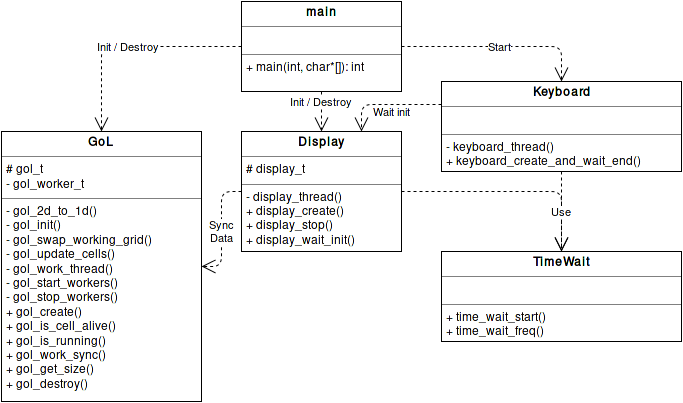
Before: report/img/gol_modules.png, a diagram exported from draw.io (claudiosousa/game-of-life). Source tidied: cells renumbered, new cells last; positions are measured from the earlier drawing's top-left corner, leaving out a move shared by most shapes.
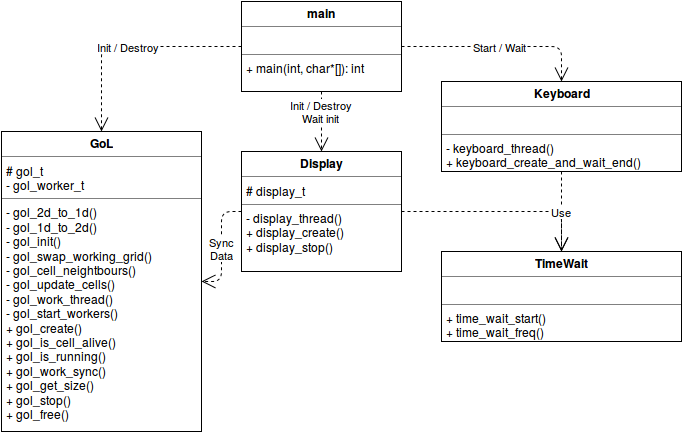
The same diagram one commit later.

Commit message:
Update module diagram

What changed in the source:
```diff
@@ -5,18 +5,17 @@
     <mxCell id="2" style="endArrow=open;endSize=12;dashed=1;html=1;entryX=0.5;entryY=0;edgeStyle=orthogonalEdgeStyle;exitX=1;exitY=0.5;" parent="1" edge="1" source="11" target="8">
       <mxGeometry relative="1" as="geometry">
         <Array as="points">
-          <mxPoint x="400" y="190" />
-          <mxPoint x="560" y="190" />
+          <mxPoint x="560" y="210" />
         </Array>
       </mxGeometry>
     </mxCell>
     <mxCell id="3" value="Use" style="endArrow=open;endSize=12;dashed=1;html=1;entryX=0.5;entryY=0;exitX=0.5;exitY=1;" parent="1" edge="1" source="9" target="8">
       <mxGeometry relative="1" as="geometry" />
     </mxCell>
-    <mxCell id="4" value="Init / Destroy&lt;br&gt;" style="endArrow=open;endSize=12;dashed=1;html=1;entryX=0.5;entryY=0;exitX=0.5;exitY=1;" parent="1" edge="1" source="10" target="11">
-      <mxGeometry x="-0.5" relative="1" as="geometry" />
+    <mxCell id="4" value="Init / Destroy&lt;br&gt;Wait init&lt;br&gt;" style="endArrow=open;endSize=12;dashed=1;html=1;entryX=0.5;entryY=0;exitX=0.5;exitY=1;" parent="1" edge="1" source="10" target="11">
+      <mxGeometry x="-0.33" relative="1" as="geometry" />
     </mxCell>
-    <mxCell id="5" value="Start" style="endArrow=open;endSize=12;dashed=1;html=1;entryX=0.5;entryY=0;edgeStyle=orthogonalEdgeStyle;exitX=1;exitY=0.5;" parent="1" edge="1" source="10" target="9">
+    <mxCell id="5" value="Start / Wait&lt;br&gt;" style="endArrow=open;endSize=12;dashed=1;html=1;entryX=0.5;entryY=0;edgeStyle=orthogonalEdgeStyle;exitX=1;exitY=0.5;" parent="1" edge="1" source="10" target="9">
       <mxGeometry relative="1" as="geometry">
         <Array as="points">
           <mxPoint x="560" y="45" />
@@ -26,8 +25,8 @@
     <mxCell id="6" value="Sync&lt;br&gt;Data&lt;br&gt;" style="endArrow=open;endSize=12;dashed=1;html=1;entryX=1;entryY=0.5;edgeStyle=orthogonalEdgeStyle;exitX=0;exitY=0.5;" parent="1" edge="1" source="11" target="13">
       <mxGeometry x="0.04" relative="1" as="geometry">
         <Array as="points">
-          <mxPoint x="220" y="190" />
-          <mxPoint x="220" y="265" />
+          <mxPoint x="220" y="210" />
+          <mxPoint x="220" y="280" />
         </Array>
       </mxGeometry>
     </mxCell>
@@ -47,16 +46,11 @@
     <mxCell id="10" value="&lt;p style=&quot;margin: 0px ; margin-top: 4px ; text-align: center&quot;&gt;&lt;b&gt;main&lt;/b&gt;&lt;br&gt;&lt;/p&gt;&lt;hr size=&quot;1&quot;&gt;&lt;p style=&quot;margin: 0px ; margin-left: 4px&quot;&gt;&lt;br&gt;&lt;/p&gt;&lt;hr size=&quot;1&quot;&gt;&lt;p style=&quot;margin: 0px ; margin-left: 4px&quot;&gt;+ main(int, char*[]): int&lt;br&gt;&lt;/p&gt;" style="verticalAlign=top;align=left;overflow=fill;fontSize=12;fontFamily=Helvetica;html=1;" parent="1" vertex="1">
       <mxGeometry x="240" width="160" height="90" as="geometry" />
     </mxCell>
-    <mxCell id="11" value="&lt;p style=&quot;margin: 0px ; margin-top: 4px ; text-align: center&quot;&gt;&lt;b&gt;Display&lt;/b&gt;&lt;/p&gt;&lt;hr size=&quot;1&quot;&gt;&lt;p style=&quot;margin: 0px ; margin-left: 4px&quot;&gt;# display_t&lt;br&gt;&lt;/p&gt;&lt;hr size=&quot;1&quot;&gt;&lt;p style=&quot;margin: 0px ; margin-left: 4px&quot;&gt;- display_thread()&lt;br&gt;+ display_create()&lt;br&gt;+ display_stop()&lt;/p&gt;&lt;p style=&quot;margin: 0px ; margin-left: 4px&quot;&gt;+ display_wait_init()&lt;br&gt;&lt;/p&gt;" style="verticalAlign=top;align=left;overflow=fill;fontSize=12;fontFamily=Helvetica;html=1;" parent="1" vertex="1">
-      <mxGeometry x="240" y="130" width="160" height="120" as="geometry" />
+    <mxCell id="11" value="&lt;p style=&quot;margin: 0px ; margin-top: 4px ; text-align: center&quot;&gt;&lt;b&gt;Display&lt;/b&gt;&lt;/p&gt;&lt;hr size=&quot;1&quot;&gt;&lt;p style=&quot;margin: 0px ; margin-left: 4px&quot;&gt;# display_t&lt;br&gt;&lt;/p&gt;&lt;hr size=&quot;1&quot;&gt;&lt;p style=&quot;margin: 0px ; margin-left: 4px&quot;&gt;- display_thread()&lt;br&gt;+ display_create()&lt;br&gt;+ display_stop()&lt;/p&gt;" style="verticalAlign=top;align=left;overflow=fill;fontSize=12;fontFamily=Helvetica;html=1;" parent="1" vertex="1">
+      <mxGeometry x="240" y="150" width="160" height="120" as="geometry" />
     </mxCell>
-    <mxCell id="12" value="Wait init&lt;br&gt;" style="endArrow=open;endSize=12;dashed=1;html=1;entryX=0.75;entryY=0;exitX=0;exitY=0.25;edgeStyle=orthogonalEdgeStyle;" parent="1" edge="1" source="9" target="11">
-      <mxGeometry as="geometry">
-        <mxPoint x="-10" y="-6" as="offset" />
-      </mxGeometry>
-    </mxCell>
-    <mxCell id="13" value="&lt;p style=&quot;margin: 0px ; margin-top: 4px ; text-align: center&quot;&gt;&lt;b&gt;GoL&lt;/b&gt;&lt;br&gt;&lt;/p&gt;&lt;hr size=&quot;1&quot;&gt;&lt;p style=&quot;margin: 0px ; margin-left: 4px&quot;&gt;# gol_t&lt;/p&gt;&lt;p style=&quot;margin: 0px ; margin-left: 4px&quot;&gt;- gol_worker_t&lt;br&gt;&lt;/p&gt;&lt;hr size=&quot;1&quot;&gt;&lt;p style=&quot;margin: 0px ; margin-left: 4px&quot;&gt;- gol_2d_to_1d()&lt;br&gt;- gol_init()&lt;br&gt;- gol_swap_working_grid()&lt;br&gt;- gol_update_cells()&lt;br&gt;- gol_work_thread()&lt;br&gt;- gol_start_workers()&lt;br&gt;- gol_stop_workers()&lt;br&gt;+ gol_create()&lt;br&gt;+ gol_is_cell_alive()&lt;br&gt;+ gol_is_running()&lt;br&gt;+ gol_work_sync()&lt;br&gt;+ gol_get_size()&lt;br&gt;+ gol_destroy()&lt;br&gt;&lt;/p&gt;" style="verticalAlign=top;align=left;overflow=fill;fontSize=12;fontFamily=Helvetica;html=1;" parent="1" vertex="1">
-      <mxGeometry y="130" width="200" height="270" as="geometry" />
+    <mxCell id="13" value="&lt;p style=&quot;margin: 0px ; margin-top: 4px ; text-align: center&quot;&gt;&lt;b&gt;GoL&lt;/b&gt;&lt;br&gt;&lt;/p&gt;&lt;hr size=&quot;1&quot;&gt;&lt;p style=&quot;margin: 0px ; margin-left: 4px&quot;&gt;# gol_t&lt;/p&gt;&lt;p style=&quot;margin: 0px ; margin-left: 4px&quot;&gt;- gol_worker_t&lt;br&gt;&lt;/p&gt;&lt;hr size=&quot;1&quot;&gt;&lt;p style=&quot;margin: 0px ; margin-left: 4px&quot;&gt;- gol_2d_to_1d()&lt;/p&gt;&lt;p style=&quot;margin: 0px ; margin-left: 4px&quot;&gt;- gol_1d_to_2d()&lt;br&gt;&lt;/p&gt;&lt;p style=&quot;margin: 0px ; margin-left: 4px&quot;&gt;- gol_init()&lt;br&gt;- gol_swap_working_grid()&lt;/p&gt;&lt;p style=&quot;margin: 0px ; margin-left: 4px&quot;&gt;- gol_cell_neightbours()&lt;br&gt;&lt;/p&gt;&lt;p style=&quot;margin: 0px ; margin-left: 4px&quot;&gt;- gol_update_cells()&lt;br&gt;- gol_work_thread()&lt;br&gt;- gol_start_workers()&lt;br&gt;+ gol_create()&lt;br&gt;+ gol_is_cell_alive()&lt;br&gt;+ gol_is_running()&lt;br&gt;+ gol_work_sync()&lt;br&gt;+ gol_get_size()&lt;/p&gt;&lt;p style=&quot;margin: 0px ; margin-left: 4px&quot;&gt;+ gol_stop()&lt;/p&gt;&lt;p style=&quot;margin: 0px ; margin-left: 4px&quot;&gt;+ gol_free()&lt;br&gt;&lt;/p&gt;" style="verticalAlign=top;align=left;overflow=fill;fontSize=12;fontFamily=Helvetica;html=1;" parent="1" vertex="1">
+      <mxGeometry y="130" width="200" height="300" as="geometry" />
     </mxCell>
   </root>
 </mxGraphModel>
```
